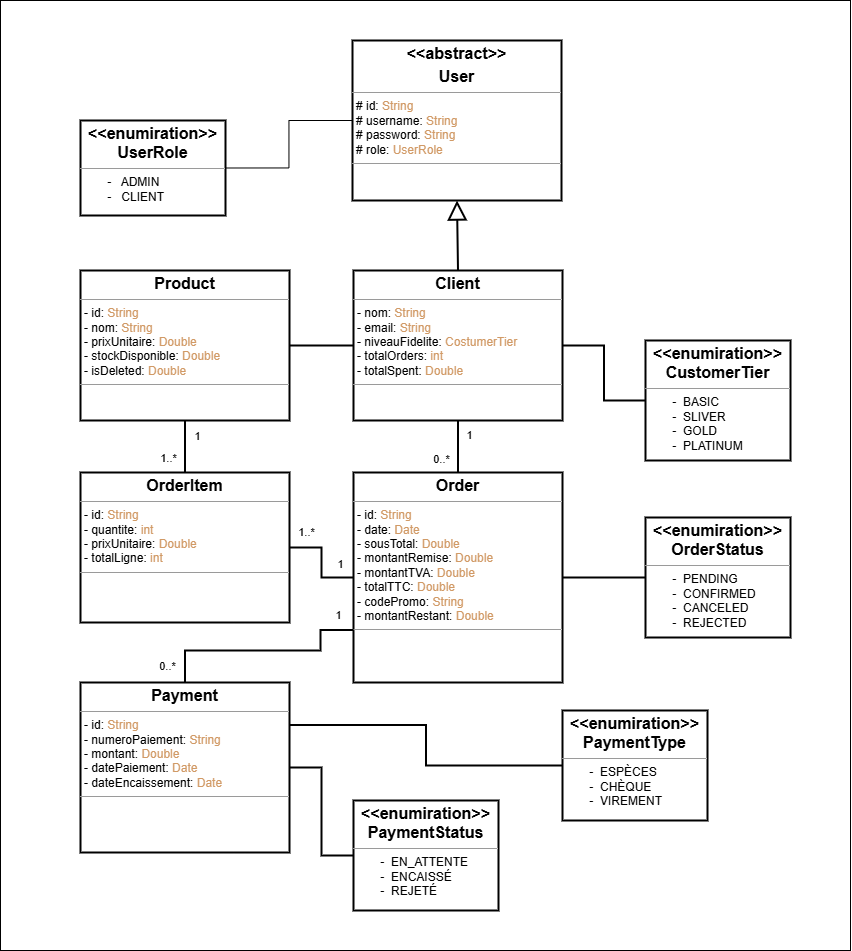
This is uml/Class.png from theshamkhi/SmartShop, a draw.io export, as it was before one commit. Source tidied: cells renumbered, new cells last; positions are measured from the earlier drawing's top-left corner, leaving out a move shared by most shapes.
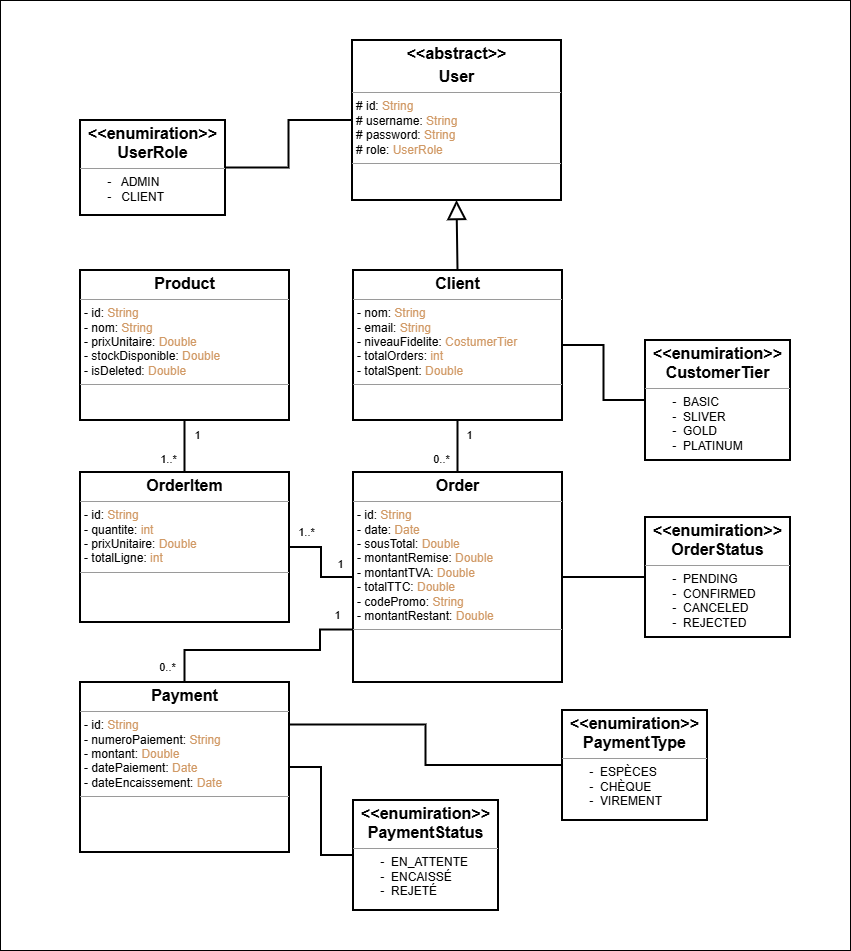
Above is the later version.

Commit message:
Updated UML Class diagram

Diff of the diagram source:
```diff
@@ -20,7 +20,7 @@
         <mxPoint x="-16" as="offset" />
       </mxGeometry>
     </mxCell>
-    <mxCell id="6" style="endArrow=none;html=1;rounded=0;entryX=1;entryY=0.5;entryDx=0;entryDy=0;exitX=0;exitY=0.5;exitDx=0;exitDy=0;edgeStyle=orthogonalEdgeStyle;endSize=7;" parent="1" edge="1" source="7" target="8">
+    <mxCell id="6" style="endArrow=none;html=1;rounded=0;entryX=1;entryY=0.5;entryDx=0;entryDy=0;exitX=0;exitY=0.5;exitDx=0;exitDy=0;edgeStyle=orthogonalEdgeStyle;endSize=7;strokeWidth=2;" parent="1" edge="1" source="7" target="8">
       <mxGeometry relative="1" as="geometry" />
     </mxCell>
     <mxCell id="7" value="&lt;p style=&quot;margin:0px;margin-top:4px;text-align:center;&quot;&gt;&lt;span style=&quot;background-color: transparent; color: light-dark(rgb(0, 0, 0), rgb(255, 255, 255)); font-size: 16px;&quot;&gt;&lt;b&gt;&amp;lt;&amp;lt;abstract&amp;gt;&amp;gt;&lt;/b&gt;&lt;/span&gt;&lt;/p&gt;&lt;p style=&quot;margin:0px;margin-top:4px;text-align:center;&quot;&gt;&lt;span style=&quot;background-color: transparent; color: light-dark(rgb(0, 0, 0), rgb(255, 255, 255)); font-size: 16px;&quot;&gt;&lt;b&gt;User&lt;/b&gt;&lt;/span&gt;&lt;/p&gt;&lt;hr size=&quot;1&quot;&gt;&lt;p style=&quot;margin: 0px 0px 0px 4px;&quot;&gt;# id:&amp;nbsp;&lt;span style=&quot;color: rgb(209, 154, 102);&quot; class=&quot;token&quot;&gt;String&lt;/span&gt;&lt;br&gt;#&amp;nbsp;&lt;span style=&quot;background-color: transparent; color: light-dark(rgb(0, 0, 0), rgb(255, 255, 255));&quot;&gt;username:&amp;nbsp;&lt;/span&gt;&lt;span style=&quot;color: light-dark(rgb(209, 154, 102), rgb(139, 91, 47)); background-color: transparent;&quot;&gt;String&lt;/span&gt;&lt;/p&gt;&lt;p style=&quot;margin: 0px 0px 0px 4px;&quot;&gt;#&amp;nbsp;&lt;span style=&quot;background-color: transparent; color: light-dark(rgb(0, 0, 0), rgb(255, 255, 255));&quot;&gt;password:&amp;nbsp;&lt;/span&gt;&lt;span style=&quot;background-color: transparent; color: rgb(209, 154, 102);&quot; class=&quot;token&quot;&gt;String&lt;/span&gt;&lt;span style=&quot;background-color: transparent; color: light-dark(rgb(0, 0, 0), rgb(255, 255, 255));&quot;&gt;&amp;nbsp;&lt;/span&gt;&lt;/p&gt;&lt;p style=&quot;margin: 0px 0px 0px 4px;&quot;&gt;#&amp;nbsp;&lt;span style=&quot;background-color: transparent; color: light-dark(rgb(0, 0, 0), rgb(255, 255, 255));&quot;&gt;role:&amp;nbsp;&lt;/span&gt;&lt;span style=&quot;background-color: transparent; color: rgb(209, 154, 102);&quot; class=&quot;token&quot;&gt;UserRole&lt;/span&gt;&lt;span style=&quot;background-color: transparent; color: light-dark(rgb(0, 0, 0), rgb(255, 255, 255));&quot;&gt;&amp;nbsp;&lt;/span&gt;&lt;/p&gt;&lt;hr size=&quot;1&quot;&gt;&lt;p style=&quot;margin:0px;margin-left:4px;&quot;&gt;&lt;br&gt;&lt;/p&gt;" style="verticalAlign=top;align=left;overflow=fill;fontSize=12;fontFamily=Helvetica;html=1;rounded=0;shadow=0;comic=0;labelBackgroundColor=none;strokeWidth=2;" parent="1" vertex="1">
@@ -71,9 +71,6 @@
     <mxCell id="22" style="endArrow=none;html=1;rounded=0;entryX=1;entryY=0.5;entryDx=0;entryDy=0;exitX=0;exitY=0.5;exitDx=0;exitDy=0;edgeStyle=orthogonalEdgeStyle;strokeWidth=2;" parent="1" edge="1" source="15" target="14">
       <mxGeometry relative="1" as="geometry" />
     </mxCell>
-    <mxCell id="23" style="endArrow=none;html=1;rounded=0;entryX=1;entryY=0.5;entryDx=0;entryDy=0;exitX=0;exitY=0.5;exitDx=0;exitDy=0;edgeStyle=orthogonalEdgeStyle;strokeWidth=2;" parent="1" edge="1" source="9" target="13">
-      <mxGeometry relative="1" as="geometry" />
-    </mxCell>
     <mxCell id="24" style="endArrow=none;html=1;rounded=0;entryX=0.5;entryY=0;entryDx=0;entryDy=0;exitX=0.5;exitY=1;exitDx=0;exitDy=0;edgeStyle=orthogonalEdgeStyle;strokeWidth=2;" parent="1" edge="1" source="9" target="14">
       <mxGeometry relative="1" as="geometry" />
     </mxCell>
```
